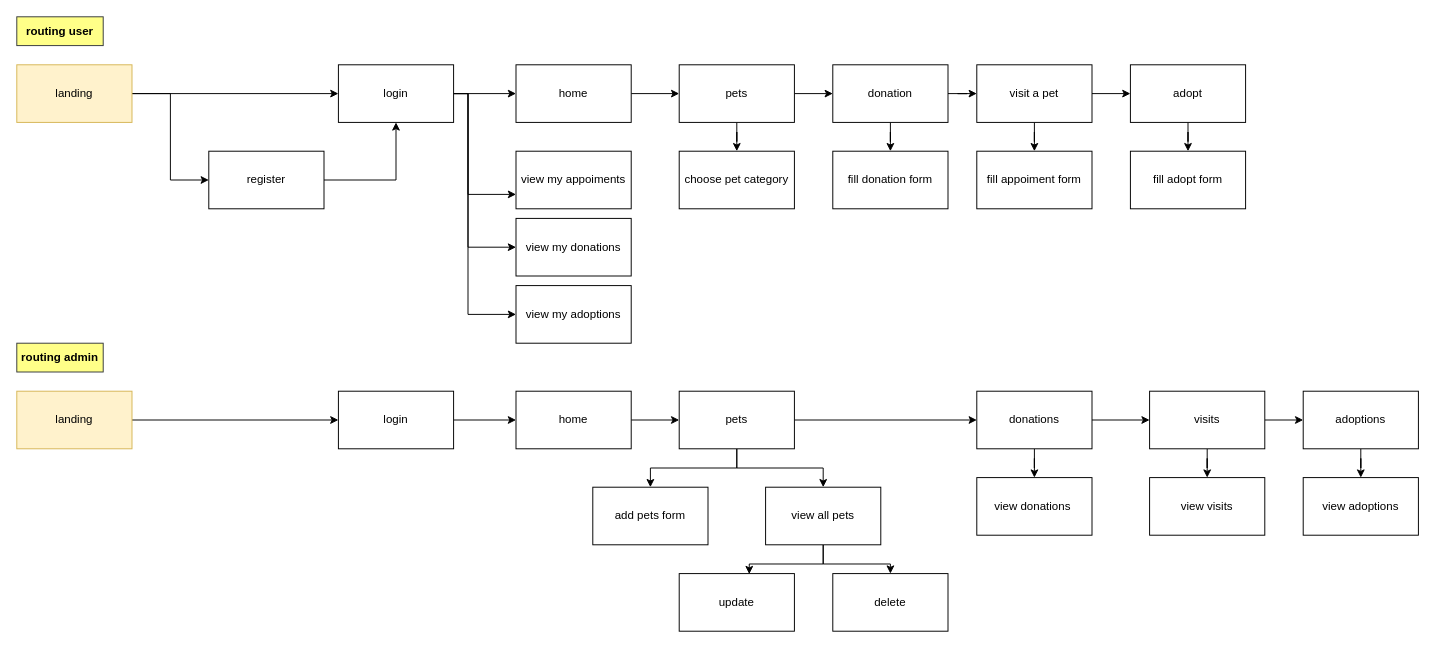
AlbuMihaela/Animal-Application keeps this draw.io diagram as docs/design/features/routing.drawio. Above is the earlier version. Source tidied: cells renumbered, new cells numbered last; positions are measured from the earlier drawing's top-left corner, leaving out a move shared by most shapes. Both pictures are drawn from the tidied source at 96%, with x=0, y=0 at pixel (16, 16).
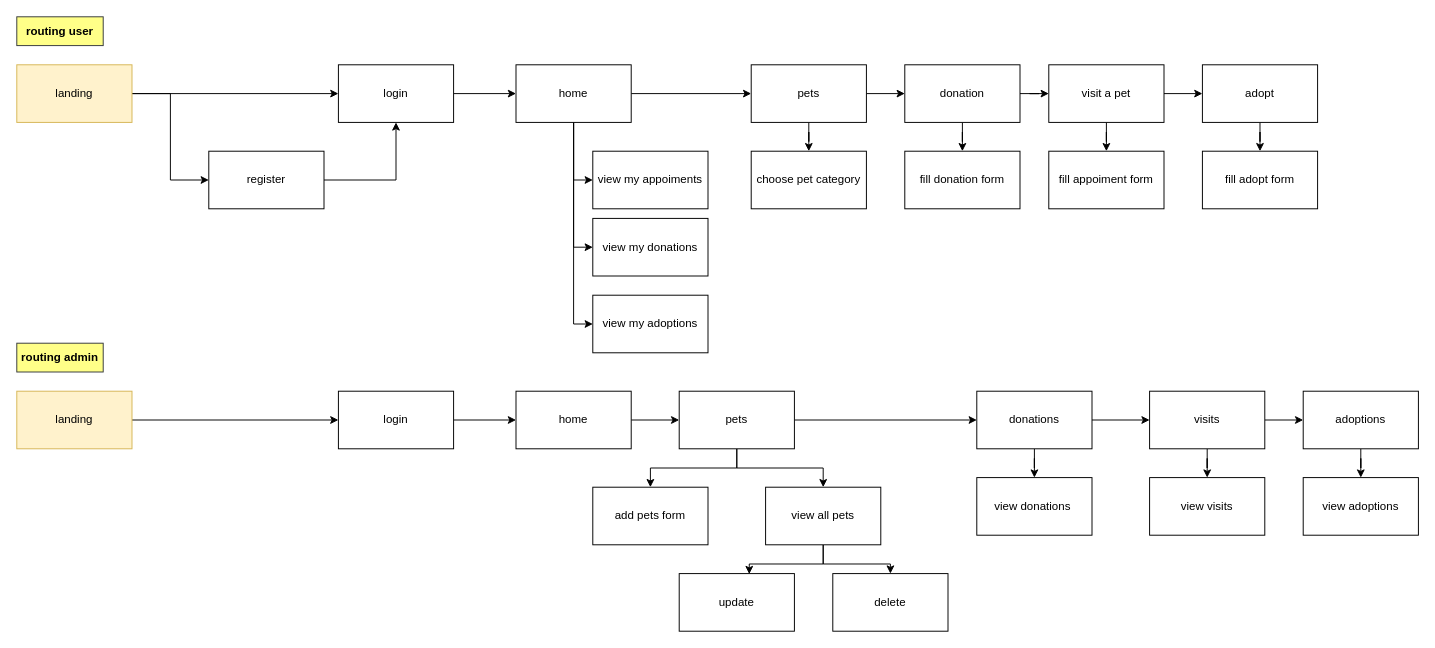
After the change.

Commit message:
routing drwio modified

Unchanged cells that the change refers to:
```xml
<mxCell id="3" value="home" style="rounded=0;whiteSpace=wrap;html=1;" parent="1" vertex="1">
  <mxGeometry x="520" y="50" width="120" height="60" as="geometry" />
</mxCell>
<mxCell id="11" value="login" style="whiteSpace=wrap;html=1;rounded=0;" parent="1" vertex="1">
  <mxGeometry x="335" y="50" width="120" height="60" as="geometry" />
</mxCell>
```

What changed in the source:
```diff
@@
+    <mxCell id="63" style="edgeStyle=orthogonalEdgeStyle;rounded=0;jettySize=auto;html=1;entryX=0;entryY=0.5;entryDx=0;entryDy=0;" parent="1" edge="1" source="3" target="60">
+      <mxGeometry relative="1" as="geometry" />
+    </mxCell>
+    <mxCell id="64" style="edgeStyle=orthogonalEdgeStyle;rounded=0;jettySize=auto;html=1;entryX=0;entryY=0.5;entryDx=0;entryDy=0;" parent="1" edge="1" source="3" target="61">
+      <mxGeometry relative="1" as="geometry" />
+    </mxCell>
+    <mxCell id="65" style="edgeStyle=orthogonalEdgeStyle;rounded=0;jettySize=auto;html=1;entryX=0;entryY=0.5;entryDx=0;entryDy=0;" parent="1" edge="1" source="3" target="62">
+      <mxGeometry relative="1" as="geometry" />
+    </mxCell>
@@
-    <mxCell id="8" style="edgeStyle=orthogonalEdgeStyle;rounded=0;jettySize=auto;html=1;entryX=0;entryY=0.75;entryDx=0;entryDy=0;" parent="1" edge="1" source="11" target="60">
-      <mxGeometry relative="1" as="geometry">
-        <Array as="points">
-          <mxPoint x="470" y="80" />
-          <mxPoint x="470" y="185" />
-        </Array>
-      </mxGeometry>
-    </mxCell>
-    <mxCell id="9" style="edgeStyle=orthogonalEdgeStyle;rounded=0;jettySize=auto;html=1;entryX=0;entryY=0.5;entryDx=0;entryDy=0;" parent="1" edge="1" source="11" target="61">
-      <mxGeometry relative="1" as="geometry">
-        <Array as="points">
-          <mxPoint x="470" y="80" />
-          <mxPoint x="470" y="240" />
-        </Array>
-      </mxGeometry>
-    </mxCell>
-    <mxCell id="10" style="edgeStyle=orthogonalEdgeStyle;rounded=0;jettySize=auto;html=1;entryX=0;entryY=0.5;entryDx=0;entryDy=0;" parent="1" edge="1" source="11" target="62">
-      <mxGeometry relative="1" as="geometry">
-        <Array as="points">
-          <mxPoint x="470" y="80" />
-          <mxPoint x="470" y="310" />
-        </Array>
-      </mxGeometry>
-    </mxCell>
@@
     <mxCell id="16" value="pets" style="rounded=0;whiteSpace=wrap;html=1;" parent="1" vertex="1">
-      <mxGeometry x="690" y="50" width="120" height="60" as="geometry" />
+      <mxGeometry x="765" y="50" width="120" height="60" as="geometry" />
     </mxCell>
@@
     <mxCell id="19" value="choose pet category" style="rounded=0;whiteSpace=wrap;html=1;" parent="1" vertex="1">
-      <mxGeometry x="690" y="140" width="120" height="60" as="geometry" />
+      <mxGeometry x="765" y="140" width="120" height="60" as="geometry" />
     </mxCell>
@@
     <mxCell id="43" value="visit a pet" style="rounded=0;whiteSpace=wrap;html=1;" parent="1" vertex="1">
-      <mxGeometry x="1000" y="50" width="120" height="60" as="geometry" />
+      <mxGeometry x="1075" y="50" width="120" height="60" as="geometry" />
     </mxCell>
@@
     <mxCell id="45" value="adopt" style="rounded=0;whiteSpace=wrap;html=1;" parent="1" vertex="1">
-      <mxGeometry x="1160" y="50" width="120" height="60" as="geometry" />
+      <mxGeometry x="1235" y="50" width="120" height="60" as="geometry" />
     </mxCell>
@@
     <mxCell id="48" value="donation" style="rounded=0;whiteSpace=wrap;html=1;" parent="1" vertex="1">
-      <mxGeometry x="850" y="50" width="120" height="60" as="geometry" />
+      <mxGeometry x="925" y="50" width="120" height="60" as="geometry" />
     </mxCell>
     <mxCell id="49" value="fill adopt form" style="rounded=0;whiteSpace=wrap;html=1;" parent="1" vertex="1">
-      <mxGeometry x="1160" y="140" width="120" height="60" as="geometry" />
+      <mxGeometry x="1235" y="140" width="120" height="60" as="geometry" />
     </mxCell>
     <mxCell id="50" value="fill appoiment form" style="rounded=0;whiteSpace=wrap;html=1;" parent="1" vertex="1">
-      <mxGeometry x="1000" y="140" width="120" height="60" as="geometry" />
+      <mxGeometry x="1075" y="140" width="120" height="60" as="geometry" />
     </mxCell>
     <mxCell id="51" value="fill donation form" style="rounded=0;whiteSpace=wrap;html=1;" parent="1" vertex="1">
-      <mxGeometry x="850" y="140" width="120" height="60" as="geometry" />
+      <mxGeometry x="925" y="140" width="120" height="60" as="geometry" />
     </mxCell>
@@
     <mxCell id="60" value="view my appoiments" style="rounded=0;whiteSpace=wrap;html=1;" parent="1" vertex="1">
-      <mxGeometry x="520" y="140" width="120" height="60" as="geometry" />
+      <mxGeometry x="600" y="140" width="120" height="60" as="geometry" />
     </mxCell>
     <mxCell id="61" value="view my donations" style="rounded=0;whiteSpace=wrap;html=1;" parent="1" vertex="1">
-      <mxGeometry x="520" y="210" width="120" height="60" as="geometry" />
+      <mxGeometry x="600" y="210" width="120" height="60" as="geometry" />
     </mxCell>
     <mxCell id="62" value="view my adoptions" style="rounded=0;whiteSpace=wrap;html=1;" parent="1" vertex="1">
-      <mxGeometry x="520" y="280" width="120" height="60" as="geometry" />
+      <mxGeometry x="600" y="290" width="120" height="60" as="geometry" />
     </mxCell>
```
